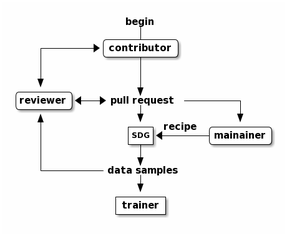
Earlier version of the PlantUML export docs/review-process.png (instructlab/taxonomy). Its source is kept beside it as docs/review-process.puml.
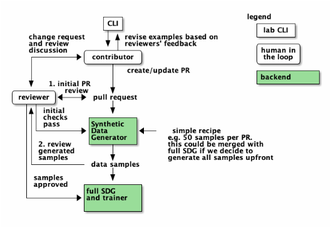
The same diagram one commit later.

Commit message:
docs: update review-process and add backend flowcharts (#369)

Change to the diagram source:
```diff
@@ -1,25 +1,32 @@
 @startditaa
-                  begin
-                    |
-              /-----+-----\
-    +-------->|contributor|
-    |         \-----+-----/
-    |               |
-    |               |
-    v               |
-/--------\          v
-|reviewer|<--->pull request---------+
-\--------/          |               |
-    ^               v               v
-    |             +---+ recipe /---------\
-    |             |SDG|<-------+mainainer|
-    |             +-+-+        \---------/
-    |               |
-    |               v
-    +----------data samples
-                    |
-                    v
-                +-------+
-                |trainer|
-                +-------+
+                   +---+                         legend
+                   |CLI|                           +-------+
+                   ++--+                           |lab CLI|
+    change request  | ^ revise examples based on   +-------+
+    and review      v | reviewers' feedback        /--------\
+    discussion /------+----\                       |human in|
+    +--------->|contributor|                       |the loop|
+    |          \-----+-----/                       \--------/
+    |                | create/update PR            +------------+
+    |                |                             |backend cGRE|
+    v 1. initial PR  |                             +------------+
+/--------\ review    v
+|reviewer|<---->pull request
+\--+-+---/           |
+   |^| initial       v
+   ||| checks   +---------+
+   ||| pass     |Synthetic|
+   ||+--------->|Data cGRE|<---simple recipe
+   ||           |Generator|      e.g. 50 samples per PR.
+   || 2. review +----+----+      this could be merged with
+   || generated      |           full SDG if we decide to
+   || samples        v           generate all samples upfront
+   |+-----------data samples
+   |                 |
+   | samples         v
+   | approved  +-----------+
+   |           |full SDG   |
+   +---------->|and trainer|
+               |       cGRE|
+               +-----------+
 @endditaa
```
